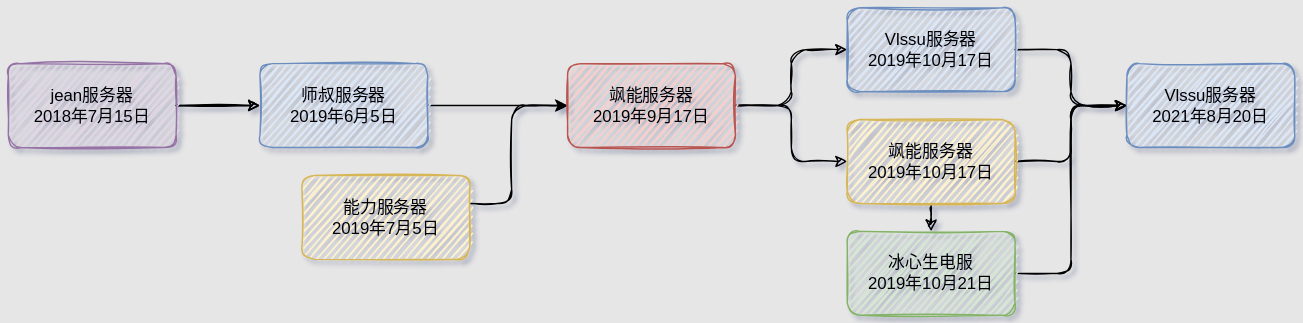
Earlier version of the draw.io export static/img/mcserver/vlssu历史线.drawio.svg (vlssu/docs-vlssu). Source tidied: cells renumbered, new cells last; positions are measured from the earlier drawing's top-left corner, leaving out a move shared by most shapes.
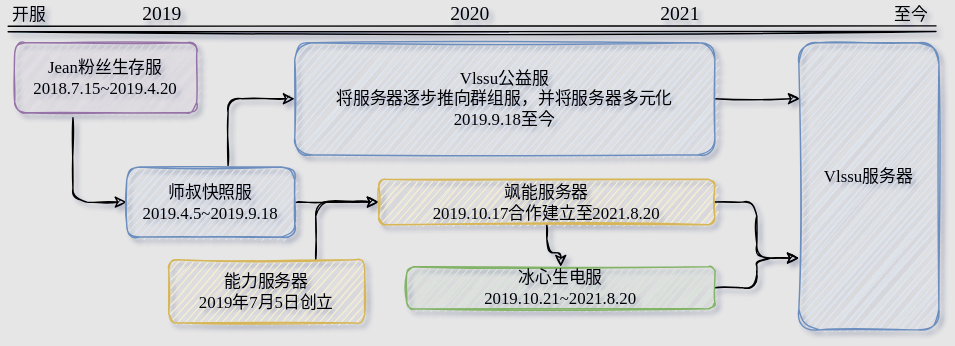
After the change.

What changed in the source:
```diff
@@ -2,74 +2,79 @@
   <root>
     <mxCell id="0" />
     <mxCell id="1" parent="0" />
-    <mxCell id="2" style="edgeStyle=orthogonalEdgeStyle;rounded=0;jettySize=auto;html=1;sketch=1;shadow=0;" parent="1" edge="1" source="4" target="6">
-      <mxGeometry relative="1" as="geometry" />
-    </mxCell>
-    <mxCell id="3" style="edgeStyle=orthogonalEdgeStyle;rounded=1;jettySize=auto;html=1;sketch=1;shadow=0;" parent="1" edge="1" source="4" target="6">
-      <mxGeometry relative="1" as="geometry" />
-    </mxCell>
+    <mxCell id="20" style="edgeStyle=orthogonalEdgeStyle;rounded=1;sketch=1;jettySize=auto;html=1;entryX=0;entryY=0.5;entryDx=0;entryDy=0;exitX=0.32;exitY=1.07;exitDx=0;exitDy=0;exitPerimeter=0;" parent="1" edge="1" source="4" target="6">
+      <mxGeometry relative="1" as="geometry" />
+    </mxCell>
-    <mxCell id="4" value="jean服务器&lt;br&gt;&lt;span&gt;2018年7月15日&lt;/span&gt;" style="rounded=1;whiteSpace=wrap;html=1;sketch=1;fillColor=#e1d5e7;strokeColor=#9673a6;shadow=0;" parent="1" vertex="1">
-      <mxGeometry y="40" width="120" height="60" as="geometry" />
+    <mxCell id="4" value="&lt;font face=&quot;Comic Sans MS&quot;&gt;Jean粉丝生存服&lt;br&gt;2018.7.15~2019.4.20&lt;/font&gt;" style="rounded=1;whiteSpace=wrap;html=1;sketch=1;fillColor=#e1d5e7;strokeColor=#9673a6;shadow=0;" parent="1" vertex="1">
+      <mxGeometry x="310" y="-120" width="130" height="50" as="geometry" />
     </mxCell>
-    <mxCell id="5" style="edgeStyle=none;html=1;" parent="1" edge="1" source="6" target="11">
-      <mxGeometry relative="1" as="geometry" />
-    </mxCell>
+    <mxCell id="21" style="edgeStyle=orthogonalEdgeStyle;rounded=1;sketch=1;jettySize=auto;html=1;" parent="1" edge="1" source="6" target="16">
+      <mxGeometry relative="1" as="geometry" />
+    </mxCell>
+    <mxCell id="22" style="edgeStyle=orthogonalEdgeStyle;rounded=1;sketch=1;jettySize=auto;html=1;entryX=0;entryY=0.5;entryDx=0;entryDy=0;exitX=0.603;exitY=-0.022;exitDx=0;exitDy=0;exitPerimeter=0;" parent="1" edge="1" source="6" target="29">
+      <mxGeometry relative="1" as="geometry" />
+    </mxCell>
-    <mxCell id="6" value="师叔服务器&lt;br&gt;&lt;span&gt;2019年6月5日&lt;/span&gt;" style="rounded=1;whiteSpace=wrap;html=1;fillColor=#dae8fc;strokeColor=#6c8ebf;sketch=1;shadow=0;" parent="1" vertex="1">
-      <mxGeometry x="180" y="40" width="120" height="60" as="geometry" />
+    <mxCell id="6" value="&lt;font face=&quot;Comic Sans MS&quot;&gt;师叔快照服&lt;br&gt;&lt;span&gt;2019.4.5~2019.9.18&lt;/span&gt;&lt;/font&gt;" style="rounded=1;whiteSpace=wrap;html=1;fillColor=#dae8fc;strokeColor=#6c8ebf;sketch=1;shadow=0;arcSize=19;" parent="1" vertex="1">
+      <mxGeometry x="390" y="-31.2" width="120" height="50" as="geometry" />
     </mxCell>
-    <mxCell id="7" style="edgeStyle=orthogonalEdgeStyle;rounded=1;jettySize=auto;html=1;sketch=1;shadow=0;" parent="1" edge="1" source="8" target="11">
-      <mxGeometry relative="1" as="geometry">
-        <Array as="points">
-          <mxPoint x="360" y="140" />
-          <mxPoint x="360" y="70" />
-        </Array>
-      </mxGeometry>
-    </mxCell>
+    <mxCell id="23" style="edgeStyle=orthogonalEdgeStyle;rounded=1;sketch=1;jettySize=auto;html=1;entryX=0;entryY=0.5;entryDx=0;entryDy=0;exitX=0.75;exitY=0;exitDx=0;exitDy=0;" parent="1" edge="1" source="8" target="16">
+      <mxGeometry relative="1" as="geometry" />
+    </mxCell>
-    <mxCell id="8" value="能力服务器&lt;br&gt;&lt;span&gt;2019年7月5日&lt;/span&gt;" style="whiteSpace=wrap;html=1;rounded=1;fillColor=#fff2cc;strokeColor=#d6b656;sketch=1;shadow=0;" parent="1" vertex="1">
-      <mxGeometry x="210" y="120" width="120" height="60" as="geometry" />
+    <mxCell id="8" value="&lt;font face=&quot;Comic Sans MS&quot;&gt;能力服务器&lt;br&gt;&lt;span&gt;2019年7月5日创立&lt;/span&gt;&lt;/font&gt;" style="whiteSpace=wrap;html=1;rounded=1;fillColor=#fff2cc;strokeColor=#d6b656;sketch=1;shadow=0;" parent="1" vertex="1">
+      <mxGeometry x="420" y="35" width="140" height="45" as="geometry" />
     </mxCell>
-    <mxCell id="9" style="edgeStyle=orthogonalEdgeStyle;rounded=1;sketch=1;jettySize=auto;html=1;shadow=0;" parent="1" edge="1" source="11" target="16">
-      <mxGeometry relative="1" as="geometry">
-        <Array as="points">
-          <mxPoint x="560" y="70" />
-          <mxPoint x="560" y="110" />
-        </Array>
-      </mxGeometry>
-    </mxCell>
-    <mxCell id="10" style="edgeStyle=orthogonalEdgeStyle;rounded=1;sketch=1;jettySize=auto;html=1;shadow=0;" parent="1" edge="1" source="11" target="13">
-      <mxGeometry relative="1" as="geometry" />
-    </mxCell>
-    <mxCell id="11" value="飒能服务器&lt;br&gt;&lt;span&gt;2019年9月17日&lt;/span&gt;" style="whiteSpace=wrap;html=1;rounded=1;fillColor=#f8cecc;strokeColor=#b85450;sketch=1;shadow=0;" parent="1" vertex="1">
-      <mxGeometry x="400" y="40" width="120" height="60" as="geometry" />
-    </mxCell>
-    <mxCell id="12" style="edgeStyle=orthogonalEdgeStyle;jettySize=auto;html=1;rounded=1;sketch=1;shadow=0;" parent="1" edge="1" source="13" target="17">
-      <mxGeometry relative="1" as="geometry" />
-    </mxCell>
-    <mxCell id="13" value="Vlssu服务器&lt;br&gt;&lt;span&gt;2019年10月17日&lt;/span&gt;" style="whiteSpace=wrap;html=1;rounded=1;fillColor=#dae8fc;strokeColor=#6c8ebf;sketch=1;shadow=0;" parent="1" vertex="1">
-      <mxGeometry x="600" width="120" height="60" as="geometry" />
-    </mxCell>
-    <mxCell id="14" style="edgeStyle=orthogonalEdgeStyle;rounded=1;jettySize=auto;html=1;sketch=1;shadow=0;" parent="1" edge="1" source="16" target="17">
+    <mxCell id="14" style="edgeStyle=orthogonalEdgeStyle;rounded=1;sketch=1;jettySize=auto;html=1;entryX=0;entryY=0.75;entryDx=0;entryDy=0;" parent="1" edge="1" source="16" target="17">
       <mxGeometry relative="1" as="geometry" />
     </mxCell>
-    <mxCell id="15" style="edgeStyle=orthogonalEdgeStyle;rounded=1;sketch=1;jettySize=auto;html=1;shadow=0;" parent="1" edge="1" source="16" target="19">
+    <mxCell id="15" style="edgeStyle=orthogonalEdgeStyle;rounded=1;sketch=1;jettySize=auto;html=1;" parent="1" edge="1" source="16" target="19">
       <mxGeometry relative="1" as="geometry" />
     </mxCell>
-    <mxCell id="16" value="&lt;span&gt;飒能服务器&lt;br&gt;&lt;/span&gt;&lt;span&gt;2019年10月17日&lt;/span&gt;&lt;span&gt;&lt;br&gt;&lt;/span&gt;" style="whiteSpace=wrap;html=1;rounded=1;fillColor=#fff2cc;strokeColor=#d6b656;sketch=1;shadow=0;" parent="1" vertex="1">
-      <mxGeometry x="600" y="80" width="120" height="60" as="geometry" />
+    <mxCell id="16" value="&lt;font face=&quot;Comic Sans MS&quot;&gt;&lt;span&gt;飒能服务器&lt;br&gt;&lt;/span&gt;&lt;span&gt;2019.10.17合作建立至2021.8.20&lt;/span&gt;&lt;/font&gt;&lt;span&gt;&lt;br&gt;&lt;/span&gt;" style="whiteSpace=wrap;html=1;rounded=1;fillColor=#fff2cc;strokeColor=#d6b656;sketch=1;shadow=0;" parent="1" vertex="1">
+      <mxGeometry x="570" y="-22.5" width="240" height="32.5" as="geometry" />
     </mxCell>
-    <mxCell id="17" value="Vlssu服务器&lt;br&gt;&lt;span&gt;2021年8月20日&lt;/span&gt;" style="whiteSpace=wrap;html=1;rounded=1;fillColor=#dae8fc;strokeColor=#6c8ebf;sketch=1;shadow=0;" parent="1" vertex="1">
-      <mxGeometry x="800" y="40" width="120" height="60" as="geometry" />
+    <mxCell id="17" value="&lt;font face=&quot;Comic Sans MS&quot;&gt;Vlssu服务器&lt;br&gt;&lt;span&gt;&lt;br&gt;&lt;/span&gt;&lt;/font&gt;" style="whiteSpace=wrap;html=1;rounded=1;fillColor=#dae8fc;strokeColor=#6c8ebf;sketch=1;shadow=0;" parent="1" vertex="1">
+      <mxGeometry x="870" y="-120" width="100" height="205" as="geometry" />
     </mxCell>
-    <mxCell id="18" style="edgeStyle=orthogonalEdgeStyle;rounded=1;jettySize=auto;html=1;sketch=1;shadow=0;" parent="1" edge="1" source="19" target="17">
+    <mxCell id="18" style="edgeStyle=orthogonalEdgeStyle;rounded=1;sketch=1;jettySize=auto;html=1;entryX=0;entryY=0.75;entryDx=0;entryDy=0;" parent="1" edge="1" source="19" target="17">
       <mxGeometry relative="1" as="geometry">
         <Array as="points">
-          <mxPoint x="760" y="190" />
-          <mxPoint x="760" y="70" />
+          <mxPoint x="840" y="55" />
+          <mxPoint x="840" y="34" />
         </Array>
       </mxGeometry>
     </mxCell>
-    <mxCell id="19" value="冰心生电服&lt;br&gt;&lt;span&gt;2019年10月21日&lt;/span&gt;" style="whiteSpace=wrap;html=1;rounded=1;fillColor=#d5e8d4;strokeColor=#82b366;sketch=1;shadow=0;" parent="1" vertex="1">
-      <mxGeometry x="600" y="160" width="120" height="60" as="geometry" />
+    <mxCell id="19" value="&lt;font face=&quot;Comic Sans MS&quot;&gt;冰心生电服&lt;br&gt;&lt;span&gt;2019.10.21~2021.8.20&lt;/span&gt;&lt;/font&gt;" style="whiteSpace=wrap;html=1;rounded=1;fillColor=#d5e8d4;strokeColor=#82b366;sketch=1;shadow=0;" parent="1" vertex="1">
+      <mxGeometry x="590" y="40" width="220" height="30" as="geometry" />
     </mxCell>
+    <mxCell id="24" style="shape=link;html=1;sketch=1;curved=1;entryX=0.948;entryY=0.998;entryDx=0;entryDy=0;entryPerimeter=0;exitX=0.133;exitY=1.008;exitDx=0;exitDy=0;exitPerimeter=0;" parent="1" edge="1" source="25" target="26">
+      <mxGeometry relative="1" as="geometry" />
+    </mxCell>
+    <mxCell id="25" value="开服" style="text;html=1;align=center;verticalAlign=middle;points=[];strokeColor=none;fillColor=none;" parent="1" vertex="1">
+      <mxGeometry x="300" y="-150" width="40" height="20" as="geometry" />
+    </mxCell>
+    <mxCell id="26" value="至今" style="text;html=1;align=center;verticalAlign=middle;points=[];strokeColor=none;fillColor=none;" parent="1" vertex="1">
+      <mxGeometry x="930" y="-150" width="40" height="20" as="geometry" />
+    </mxCell>
+    <mxCell id="27" style="edgeStyle=orthogonalEdgeStyle;curved=1;sketch=1;orthogonalLoop=1;jettySize=auto;html=1;exitX=0.5;exitY=1;exitDx=0;exitDy=0;" parent="1" edge="1">
+      <mxGeometry relative="1" as="geometry">
+        <mxPoint x="500" y="60" as="sourcePoint" />
+        <mxPoint x="500" y="60" as="targetPoint" />
+      </mxGeometry>
+    </mxCell>
+    <mxCell id="28" style="edgeStyle=orthogonalEdgeStyle;rounded=1;sketch=1;jettySize=auto;html=1;entryX=0.007;entryY=0.195;entryDx=0;entryDy=0;entryPerimeter=0;" parent="1" edge="1" source="29" target="17">
+      <mxGeometry relative="1" as="geometry" />
+    </mxCell>
+    <mxCell id="29" value="&lt;font face=&quot;Comic Sans MS&quot;&gt;Vlssu公益服&lt;br&gt;将服务器逐步推向群组服，并将服务器多元化&lt;br&gt;2019.9.18至今&lt;br&gt;&lt;/font&gt;" style="whiteSpace=wrap;html=1;rounded=1;fillColor=#dae8fc;strokeColor=#6c8ebf;sketch=1;shadow=0;" parent="1" vertex="1">
+      <mxGeometry x="510" y="-120" width="300" height="80" as="geometry" />
+    </mxCell>
+    <mxCell id="30" value="2020" style="text;html=1;align=center;verticalAlign=middle;strokeColor=none;fillColor=none;fontSize=14;fontFamily=Comic Sans MS;" parent="1" vertex="1">
+      <mxGeometry x="610" y="-150" width="50" height="20" as="geometry" />
+    </mxCell>
+    <mxCell id="31" value="2021" style="text;html=1;align=center;verticalAlign=middle;strokeColor=none;fillColor=none;fontSize=14;fontFamily=Comic Sans MS;" parent="1" vertex="1">
+      <mxGeometry x="760" y="-150" width="50" height="20" as="geometry" />
+    </mxCell>
+    <mxCell id="32" value="2019" style="text;html=1;align=center;verticalAlign=middle;strokeColor=none;fillColor=none;fontSize=14;fontFamily=Comic Sans MS;" parent="1" vertex="1">
+      <mxGeometry x="390" y="-150" width="50" height="20" as="geometry" />
+    </mxCell>
   </root>
 </mxGraphModel>
```
